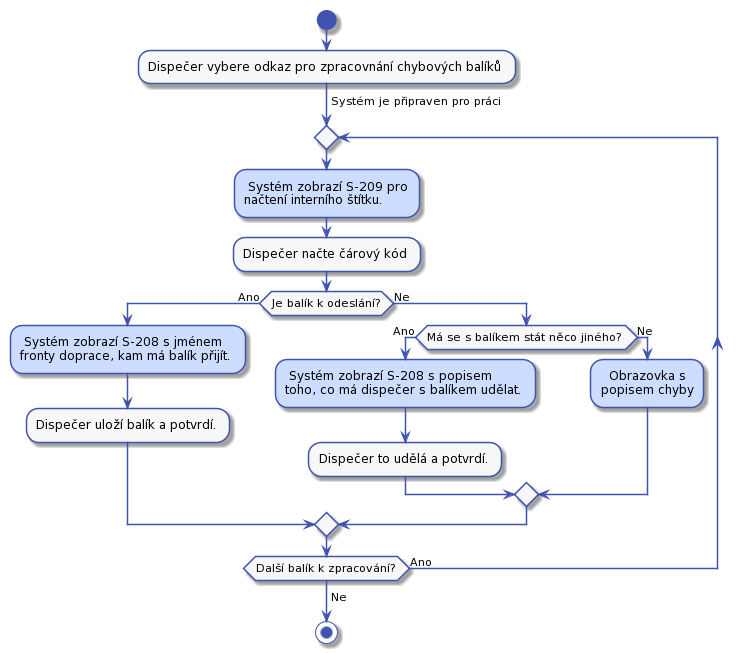
This is diagrams/out/uc-24-activity.png from Internet-Handel/postman, a PlantUML export, as it was before one commit.
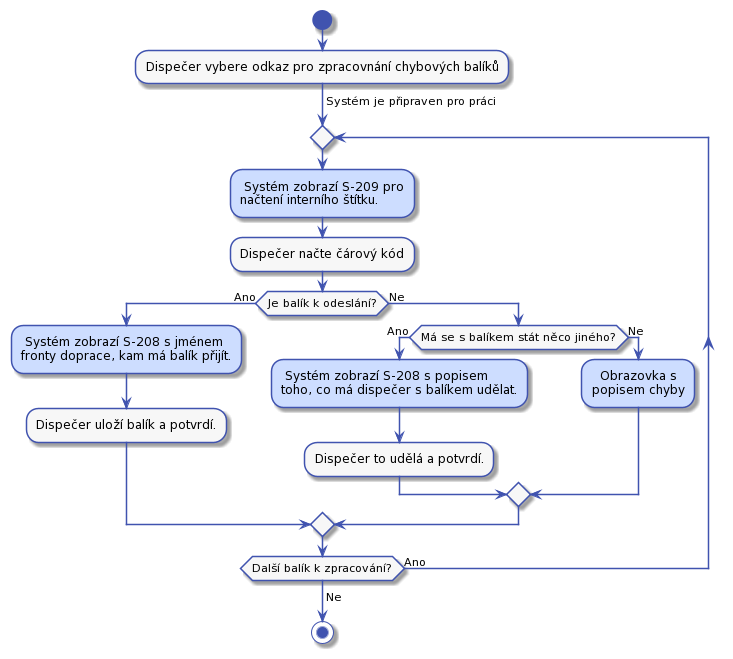
Above is the later version.

Change to the diagram source:
```diff
@@ -1,62 +1,65 @@
 @startuml
+!$col1 = "#F7F7F7"
 
+!$col2 = "#CDDDFF"
 
+!$col4 = "#4053AF"
 
 skinparam activity {
-    BorderColor #4053AF
-    ArrowColor #4053AF
+    BorderColor $col4
+    ArrowColor $col4
     FontName Roboto
-    BackgroundColor #F7F7F7
-    StartColor #4053AF
-    EndColor #4053AF
+    BackgroundColor $col1
+    StartColor $col4
+    EndColor $col4
 }
 
 skinparam activityDiamond {
-    BorderColor #4053AF
-    ArrowColor #4053AF
+    BorderColor $col4
+    ArrowColor $col4
     FontName Roboto
-    BackgroundColor #F7F7F7
+    BackgroundColor $col1
 }
 
 skinparam actor {
-    BorderColor #4053AF
-    ArrowColor #4053AF
+    BorderColor $col4
+    ArrowColor $col4
     FontName Roboto
-    BackgroundColor #F7F7F7
+    BackgroundColor $col1
 }
 
 skinparam useCase {
-    BorderColor #4053AF
-    ArrowColor #4053AF
+    BorderColor $col4
+    ArrowColor $col4
     FontName Roboto
-    BackgroundColor #F7F7F7
+    BackgroundColor $col1
 }
 
 skinparam state {
-    BorderColor #4053AF
-    ArrowColor #4053AF
+    BorderColor $col4
+    ArrowColor $col4
     FontName Roboto
-    BackgroundColor #F7F7F7
+    BackgroundColor $col1
 }
 
 skinparam sequence {
-    ParticipantBorderColor #4053AF
-    ParticipantBackgroundColor #F7F7F7
+    ParticipantBorderColor $col4
+    ParticipantBackgroundColor $col1
 }
 
 skinparam note {
-    BorderColor #4053AF
-    BackgroundColor #F7F7F7
+    BorderColor $col4
+    BackgroundColor $col1
 }
 
 skinparam object {
-    BorderColor #4053AF
-    BackgroundColor #F7F7F7
+    BorderColor $col4
+    BackgroundColor $col1
 }
 
 skinparam class {
-    BorderColor #4053AF
-    BackgroundColor #F7F7F7
+    BorderColor $col4
+    BackgroundColor $col1
 }
 
 
@@ -67,21 +70,21 @@
 -> Systém je připraven pro práci;
 
 repeat
-    #CDDDFF: Systém zobrazí S-209 pro
+    $col2: Systém zobrazí S-209 pro
     načtení interního štítku.;
     :Dispečer načte čárový kód;
 
     if (Je balík k odeslání?) then (Ano)
-        #CDDDFF: Systém zobrazí S-208 s jménem
+        $col2: Systém zobrazí S-208 s jménem
         fronty doprace, kam má balík přijít.;
         :Dispečer uloží balík a potvrdí.;
     else (Ne)
         if (Má se s balíkem stát něco jiného?) then (Ano)
-            #CDDDFF: Systém zobrazí S-208 s popisem
+            $col2: Systém zobrazí S-208 s popisem
             toho, co má dispečer s balíkem udělat.;
             :Dispečer to udělá a potvrdí.;
         else (Ne)
-            #CDDDFF:  Obrazovka s\npopisem chyby;
+            $col2:  Obrazovka s\npopisem chyby;
         endif
     endif
 repeat while (Další balík k zpracování?) is (Ano)
```
